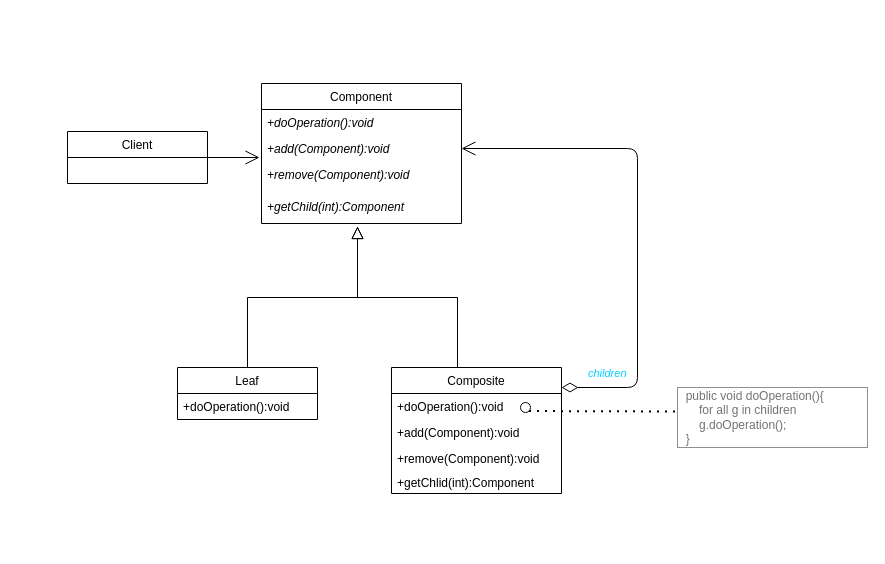
This is CompositePattern.drawio from tlfzgjadyd/SoftwareAnalysisDesign, a draw.io file, before an edit. Source tidied: cells renumbered, new cells numbered last; positions are measured from the earlier drawing's top-left corner, leaving out a move shared by most shapes. Both pictures are drawn from the tidied source at 100%, with x=0, y=0 at pixel (67, 83).
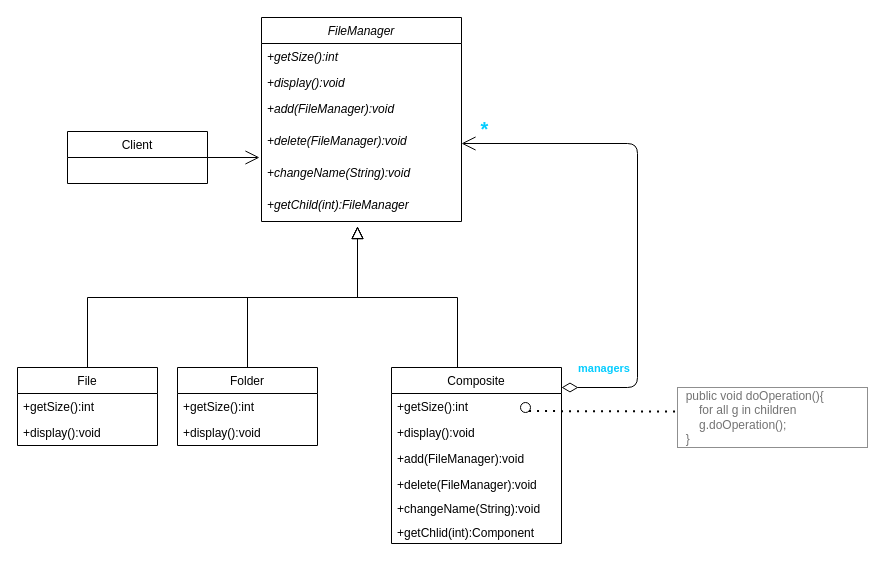
The same page after the edit.

The edit, as a diff of the source:
```diff
@@
-    <mxCell id="5" value="Component" style="swimlane;fontStyle=0;horizontal=1;startSize=26;fillColor=none;" parent="1" vertex="1">
-      <mxGeometry x="194" width="200" height="140" as="geometry" />
+    <mxCell id="5" value="FileManager" style="swimlane;fontStyle=2;horizontal=1;startSize=26;fillColor=none;" parent="1" vertex="1">
+      <mxGeometry x="194" y="-66" width="200" height="204" as="geometry" />
     </mxCell>
-    <mxCell id="6" value="+doOperation():void" style="text;strokeColor=none;fillColor=none;align=left;verticalAlign=top;spacingLeft=4;spacingRight=4;overflow=hidden;fontStyle=2;" parent="5" vertex="1">
+    <mxCell id="6" value="+getSize():int" style="text;strokeColor=none;fillColor=none;align=left;verticalAlign=top;spacingLeft=4;spacingRight=4;overflow=hidden;fontStyle=2;" parent="5" vertex="1">
       <mxGeometry y="26" width="200" height="26" as="geometry" />
     </mxCell>
-    <mxCell id="7" value="+add(Component):void" style="text;strokeColor=none;fillColor=none;align=left;verticalAlign=top;spacingLeft=4;spacingRight=4;overflow=hidden;points=[[0,0.5],[1,0.5]];portConstraint=eastwest;fontStyle=2;" parent="5" vertex="1">
+    <mxCell id="7" value="+display():void" style="text;strokeColor=none;fillColor=none;align=left;verticalAlign=top;spacingLeft=4;spacingRight=4;overflow=hidden;points=[[0,0.5],[1,0.5]];portConstraint=eastwest;fontStyle=2;" parent="5" vertex="1">
       <mxGeometry y="52" width="200" height="26" as="geometry" />
     </mxCell>
-    <mxCell id="8" value="+remove(Component):void&#10;" style="text;strokeColor=none;fillColor=none;align=left;verticalAlign=top;spacingLeft=4;spacingRight=4;overflow=hidden;fontStyle=2;" parent="5" vertex="1">
+    <mxCell id="8" value="+add(FileManager):void&#10;" style="text;strokeColor=none;fillColor=none;align=left;verticalAlign=top;spacingLeft=4;spacingRight=4;overflow=hidden;fontStyle=2;" parent="5" vertex="1">
       <mxGeometry y="78" width="200" height="32" as="geometry" />
     </mxCell>
+    <mxCell id="22" value="+delete(FileManager):void" style="text;strokeColor=none;fillColor=none;align=left;verticalAlign=top;spacingLeft=4;spacingRight=4;overflow=hidden;points=[[0,0.5],[1,0.5]];portConstraint=eastwest;fontStyle=2;" parent="5" vertex="1">
+      <mxGeometry y="110" width="200" height="32" as="geometry" />
+    </mxCell>
+    <mxCell id="23" value="+changeName(String):void" style="text;strokeColor=none;fillColor=none;align=left;verticalAlign=top;spacingLeft=4;spacingRight=4;overflow=hidden;fontStyle=2;" parent="5" vertex="1">
+      <mxGeometry y="142" width="200" height="32" as="geometry" />
+    </mxCell>
-    <mxCell id="9" value="+getChild(int):Component" style="text;strokeColor=none;fillColor=none;align=left;verticalAlign=top;spacingLeft=4;spacingRight=4;overflow=hidden;fontStyle=2;" parent="5" vertex="1">
-      <mxGeometry y="110" width="200" height="30" as="geometry" />
+    <mxCell id="9" value="+getChild(int):FileManager" style="text;strokeColor=none;fillColor=none;align=left;verticalAlign=top;spacingLeft=4;spacingRight=4;overflow=hidden;fontStyle=2;" parent="5" vertex="1">
+      <mxGeometry y="174" width="200" height="30" as="geometry" />
     </mxCell>
@@
     <mxCell id="11" value="Composite" style="swimlane;fontStyle=0;horizontal=1;startSize=26;fillColor=none;" parent="1" vertex="1">
-      <mxGeometry x="324" y="284" width="170" height="126" as="geometry" />
+      <mxGeometry x="324" y="284" width="170" height="176" as="geometry" />
     </mxCell>
-    <mxCell id="12" value="+doOperation():void" style="text;strokeColor=none;fillColor=none;align=left;verticalAlign=top;spacingLeft=4;spacingRight=4;overflow=hidden;" parent="11" vertex="1">
+    <mxCell id="12" value="+getSize():int" style="text;strokeColor=none;fillColor=none;align=left;verticalAlign=top;spacingLeft=4;spacingRight=4;overflow=hidden;" parent="11" vertex="1">
       <mxGeometry y="26" width="170" height="26" as="geometry" />
     </mxCell>
+    <mxCell id="24" value="+display():void" style="text;strokeColor=none;fillColor=none;align=left;verticalAlign=top;spacingLeft=4;spacingRight=4;overflow=hidden;" parent="11" vertex="1">
+      <mxGeometry y="52" width="170" height="26" as="geometry" />
+    </mxCell>
-    <mxCell id="13" value="+add(Component):void" style="text;strokeColor=none;fillColor=none;align=left;verticalAlign=top;spacingLeft=4;spacingRight=4;overflow=hidden;" parent="11" vertex="1">
-      <mxGeometry y="52" width="170" height="26" as="geometry" />
+    <mxCell id="13" value="+add(FileManager):void" style="text;strokeColor=none;fillColor=none;align=left;verticalAlign=top;spacingLeft=4;spacingRight=4;overflow=hidden;" parent="11" vertex="1">
+      <mxGeometry y="78" width="170" height="26" as="geometry" />
     </mxCell>
-    <mxCell id="14" value="+remove(Component):void" style="text;strokeColor=none;fillColor=none;align=left;verticalAlign=top;spacingLeft=4;spacingRight=4;overflow=hidden;" parent="11" vertex="1">
-      <mxGeometry y="78" width="170" height="24" as="geometry" />
+    <mxCell id="14" value="+delete(FileManager):void" style="text;strokeColor=none;fillColor=none;align=left;verticalAlign=top;spacingLeft=4;spacingRight=4;overflow=hidden;" parent="11" vertex="1">
+      <mxGeometry y="104" width="170" height="24" as="geometry" />
     </mxCell>
+    <mxCell id="25" value="+changeName(String):void" style="text;strokeColor=none;fillColor=none;align=left;verticalAlign=top;spacingLeft=4;spacingRight=4;overflow=hidden;" parent="11" vertex="1">
+      <mxGeometry y="128" width="170" height="24" as="geometry" />
+    </mxCell>
     <mxCell id="15" value="+getChlid(int):Component" style="text;strokeColor=none;fillColor=none;align=left;verticalAlign=top;spacingLeft=4;spacingRight=4;overflow=hidden;" parent="11" vertex="1">
-      <mxGeometry y="102" width="170" height="24" as="geometry" />
+      <mxGeometry y="152" width="170" height="24" as="geometry" />
     </mxCell>
-    <mxCell id="16" value="&lt;i&gt;&lt;font color=&quot;#05cdff&quot;&gt;children&lt;/font&gt;&lt;/i&gt;" style="endArrow=open;html=1;endSize=12;startArrow=diamondThin;startSize=14;startFill=0;edgeStyle=orthogonalEdgeStyle;align=left;verticalAlign=bottom;entryX=1;entryY=0.5;entryDx=0;entryDy=0;" parent="1" edge="1" target="7">
-      <mxGeometry x="-0.9" y="5" relative="1" as="geometry">
+    <mxCell id="16" value="&lt;font color=&quot;#05cdff&quot;&gt;&lt;b&gt;managers&lt;/b&gt;&lt;/font&gt;" style="endArrow=open;html=1;endSize=12;startArrow=diamondThin;startSize=14;startFill=0;edgeStyle=orthogonalEdgeStyle;align=left;verticalAlign=bottom;entryX=1;entryY=0.5;entryDx=0;entryDy=0;" parent="1" edge="1" target="22">
+      <mxGeometry x="-0.94" y="10" relative="1" as="geometry">
         <mxPoint x="494" y="304" as="sourcePoint" />
         <Array as="points">
           <mxPoint x="570" y="304" />
-          <mxPoint x="570" y="65" />
+          <mxPoint x="570" y="60" />
         </Array>
       </mxGeometry>
     </mxCell>
+    <mxCell id="26" value="*" style="edgeLabel;html=1;align=center;verticalAlign=middle;fontColor=#05CDFF;fontStyle=1;fontSize=20;" parent="16" vertex="1">
+      <mxGeometry x="0.91" y="-4" relative="1" as="geometry">
+        <mxPoint y="-12" as="offset" />
+      </mxGeometry>
+    </mxCell>
@@
-    <mxCell id="20" value="Leaf" style="swimlane;fontStyle=0;horizontal=1;startSize=26;fillColor=none;" parent="1" vertex="1">
-      <mxGeometry x="110" y="284" width="140" height="52" as="geometry" />
+    <mxCell id="20" value="Folder" style="swimlane;fontStyle=0;horizontal=1;startSize=26;fillColor=none;" parent="1" vertex="1">
+      <mxGeometry x="110" y="284" width="140" height="78" as="geometry" />
     </mxCell>
-    <mxCell id="21" value="+doOperation():void" style="text;strokeColor=none;fillColor=none;align=left;verticalAlign=top;spacingLeft=4;spacingRight=4;overflow=hidden;" parent="20" vertex="1">
+    <mxCell id="21" value="+getSize():int" style="text;strokeColor=none;fillColor=none;align=left;verticalAlign=top;spacingLeft=4;spacingRight=4;overflow=hidden;" parent="20" vertex="1">
       <mxGeometry y="26" width="140" height="26" as="geometry" />
     </mxCell>
+    <mxCell id="27" value="+display():void" style="text;strokeColor=none;fillColor=none;align=left;verticalAlign=top;spacingLeft=4;spacingRight=4;overflow=hidden;" parent="20" vertex="1">
+      <mxGeometry y="52" width="140" height="26" as="geometry" />
+    </mxCell>
+    <mxCell id="28" value="File" style="swimlane;fontStyle=0;horizontal=1;startSize=26;fillColor=none;" parent="1" vertex="1">
+      <mxGeometry x="-50" y="284" width="140" height="78" as="geometry" />
+    </mxCell>
+    <mxCell id="29" value="+getSize():int" style="text;strokeColor=none;fillColor=none;align=left;verticalAlign=top;spacingLeft=4;spacingRight=4;overflow=hidden;" parent="28" vertex="1">
+      <mxGeometry y="26" width="140" height="26" as="geometry" />
+    </mxCell>
+    <mxCell id="30" value="+display():void" style="text;strokeColor=none;fillColor=none;align=left;verticalAlign=top;spacingLeft=4;spacingRight=4;overflow=hidden;" parent="28" vertex="1">
+      <mxGeometry y="52" width="140" height="26" as="geometry" />
+    </mxCell>
+    <mxCell id="31" style="endArrow=block;endSize=10;endFill=0;shadow=0;strokeWidth=1;rounded=0;edgeStyle=elbowEdgeStyle;elbow=vertical;exitX=0.5;exitY=0;exitDx=0;exitDy=0;" parent="1" edge="1" source="28">
+      <mxGeometry relative="1" as="geometry">
+        <mxPoint x="290" y="143" as="targetPoint" />
+      </mxGeometry>
+    </mxCell>
```
